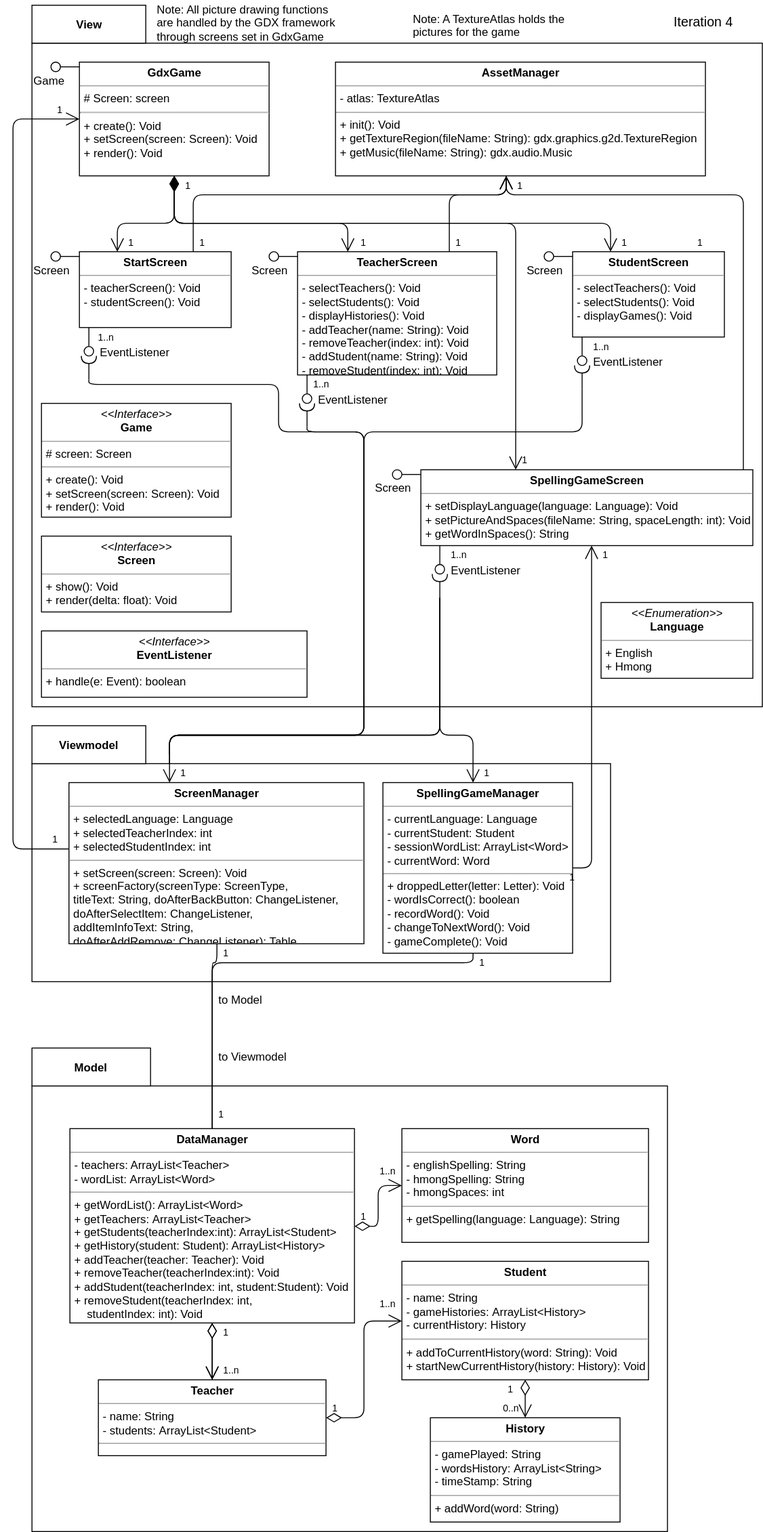
The draw.io diagram Iteration 4/Class Diagram/ClassDiagram.svg in derick189/hmonics-documents, before a commit. Source tidied: cells renumbered, new cells last; positions are measured from the earlier drawing's top-left corner, leaving out a move shared by most shapes.
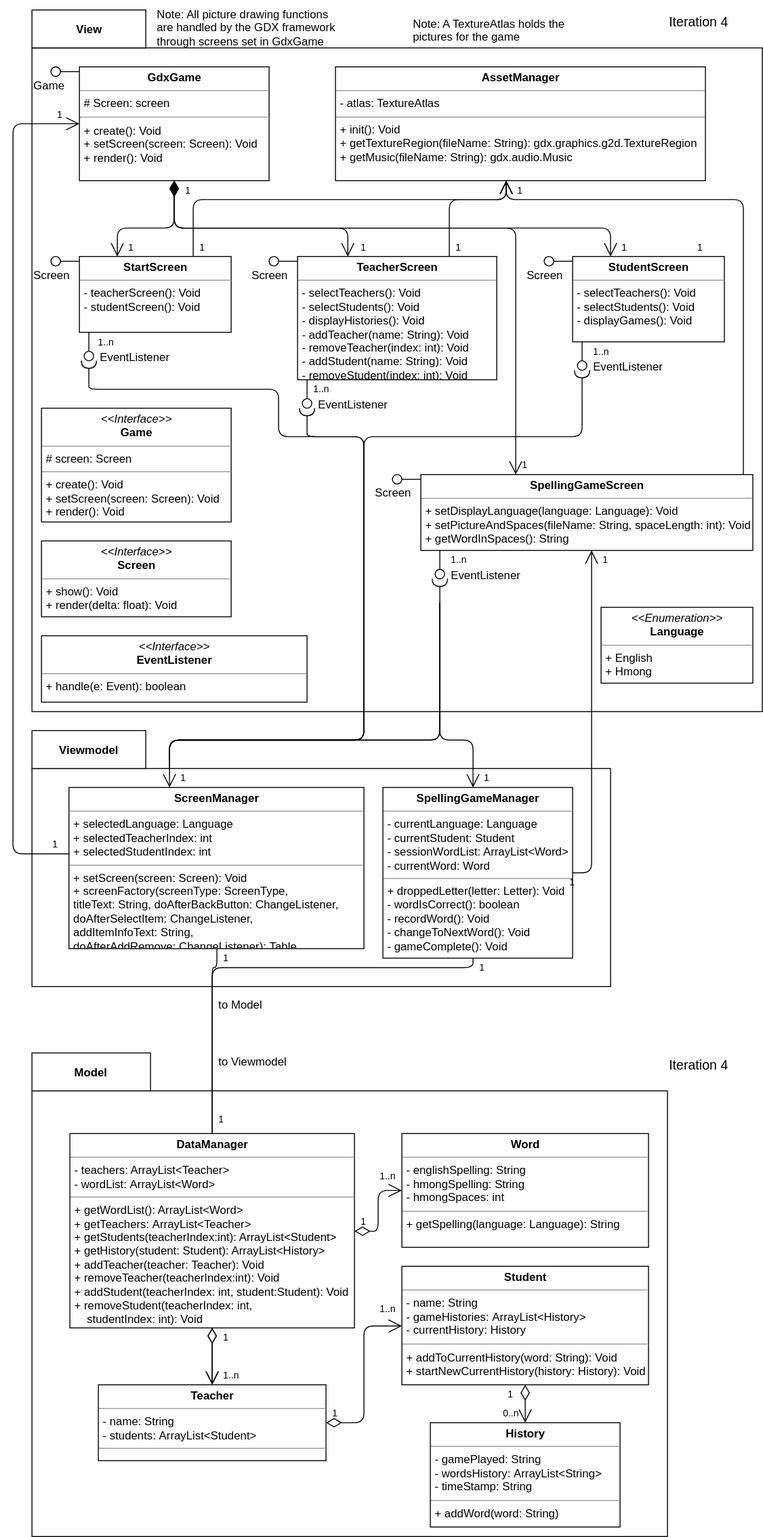
Above is the later version.

Commit message:
Use cases and non functionals

The edit, as a diff of the source:
```diff
@@ -411,7 +411,10 @@
       <mxGeometry relative="1" as="geometry" />
     </mxCell>
     <mxCell id="105" value="&lt;p&gt;&lt;font style=&quot;font-size: 14px&quot;&gt;Iteration 4&lt;/font&gt;&lt;/p&gt;" style="text;html=1;align=left;verticalAlign=top;spacingTop=-4;" parent="1" vertex="1">
-      <mxGeometry x="695" width="80" height="40" as="geometry" />
+      <mxGeometry x="690" y="-5" width="80" height="40" as="geometry" />
     </mxCell>
+    <mxCell id="106" value="&lt;p&gt;&lt;font style=&quot;font-size: 14px&quot;&gt;Iteration 4&lt;/font&gt;&lt;/p&gt;" style="text;html=1;align=left;verticalAlign=top;spacingTop=-4;" parent="1" vertex="1">
+      <mxGeometry x="690" y="1095" width="80" height="40" as="geometry" />
+    </mxCell>
   </root>
 </mxGraphModel>
```
